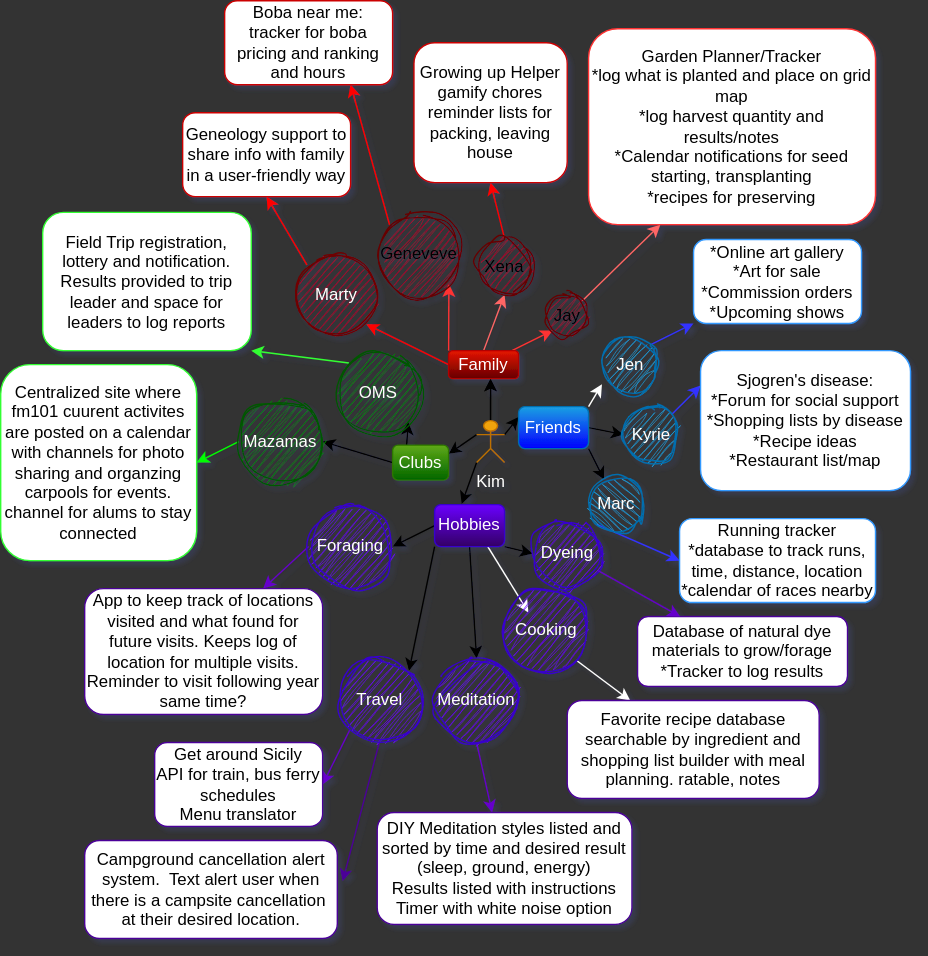
Before: idea-board.drawio.svg, a diagram exported from draw.io (kimmykokonut/capstone-idea-board). Source tidied: cells renumbered, new cells last; positions are measured from the earlier drawing's top-left corner, leaving out a move shared by most shapes.
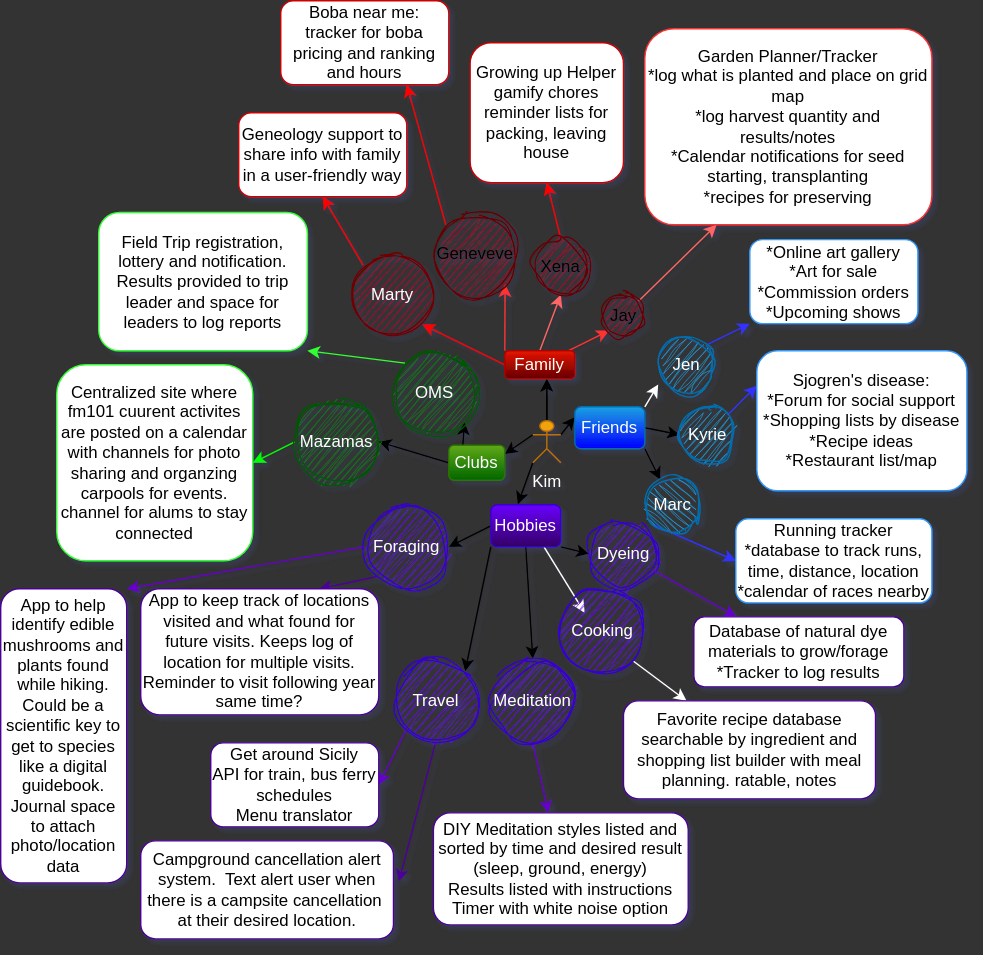
The same file after the commit.

Commit message:
add another idea to drawio

Diff of the diagram source:
```diff
@@ -146,9 +146,12 @@
     <mxCell id="46" value="Mazamas" style="ellipse;whiteSpace=wrap;html=1;labelBackgroundColor=none;labelBorderColor=none;strokeColor=#005700;fillColor=#008a00;fontColor=#ffffff;rounded=1;sketch=1;curveFitting=1;jiggle=2;" parent="1" vertex="1">
       <mxGeometry x="170" y="285" width="60" height="60" as="geometry" />
     </mxCell>
-    <mxCell id="47" style="edgeStyle=none;rounded=1;html=1;exitX=0;exitY=0.5;exitDx=0;exitDy=0;entryX=0.75;entryY=0;entryDx=0;entryDy=0;strokeColor=#6600CC;" parent="1" edge="1" source="48" target="59">
+    <mxCell id="47" style="edgeStyle=none;rounded=1;html=1;exitX=0;exitY=0.5;exitDx=0;exitDy=0;entryX=1;entryY=0;entryDx=0;entryDy=0;strokeColor=#6600CC;" parent="1" edge="1" source="48" target="72">
       <mxGeometry relative="1" as="geometry" />
     </mxCell>
+    <mxCell id="71" style="edgeStyle=none;html=1;exitX=0;exitY=1;exitDx=0;exitDy=0;entryX=0.75;entryY=0;entryDx=0;entryDy=0;fillColor=#6a00ff;strokeColor=#4C0099;" parent="1" edge="1" source="48" target="59">
+      <mxGeometry relative="1" as="geometry" />
+    </mxCell>
     <mxCell id="48" value="Foraging" style="ellipse;whiteSpace=wrap;html=1;labelBackgroundColor=none;labelBorderColor=none;strokeColor=#3700CC;fillColor=#6a00ff;fontColor=#ffffff;rounded=1;sketch=1;curveFitting=1;jiggle=2;" parent="1" vertex="1">
       <mxGeometry x="220" y="360" width="60" height="60" as="geometry" />
     </mxCell>
@@ -218,5 +221,8 @@
     <mxCell id="70" value="Campground cancellation alert system.&amp;nbsp; Text alert user when there is a campsite cancellation&amp;nbsp; at their desired location.&lt;br&gt;" style="rounded=1;whiteSpace=wrap;html=1;shadow=0;glass=0;labelBackgroundColor=none;sketch=0;strokeColor=#4C0099;fontColor=default;fillColor=default;gradientColor=none;labelBorderColor=none;" parent="1" vertex="1">
       <mxGeometry x="60" y="600" width="180.5" height="70" as="geometry" />
     </mxCell>
+    <mxCell id="72" value="App to help identify edible mushrooms and plants found while hiking. Could be a scientific key to get to species like a digital guidebook. Journal space to attach photo/location data" style="rounded=1;whiteSpace=wrap;html=1;strokeColor=#4C0099;shadow=0;glass=0;gradientColor=none;" parent="1" vertex="1">
+      <mxGeometry x="-40" y="420" width="90" height="210" as="geometry" />
+    </mxCell>
   </root>
 </mxGraphModel>
```
